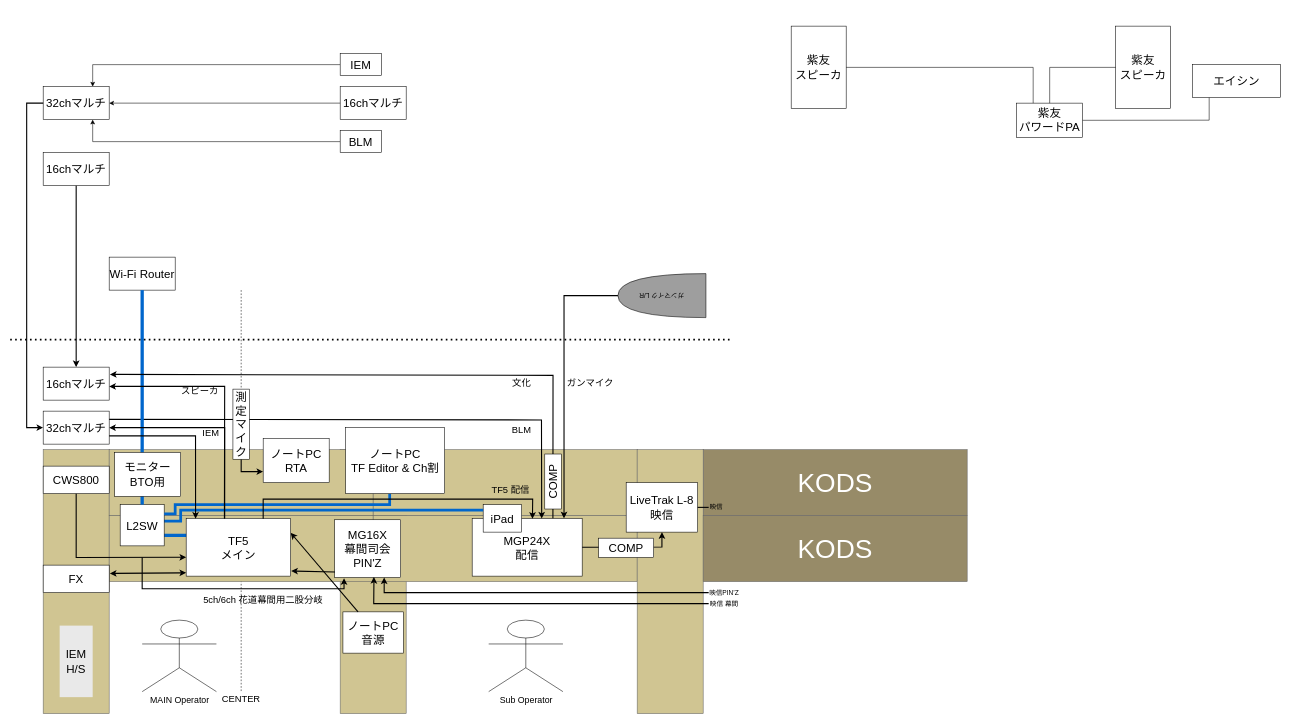
Above: Geinousai.drawio in shuji4649/drawio (draw.io), before the change. Source tidied: cells renumbered, new cells numbered last; positions are measured from the earlier drawing's top-left corner, leaving out a move shared by most shapes. Both pictures are drawn from the tidied source at 55%, with x=0, y=0 at pixel (-56, 26).
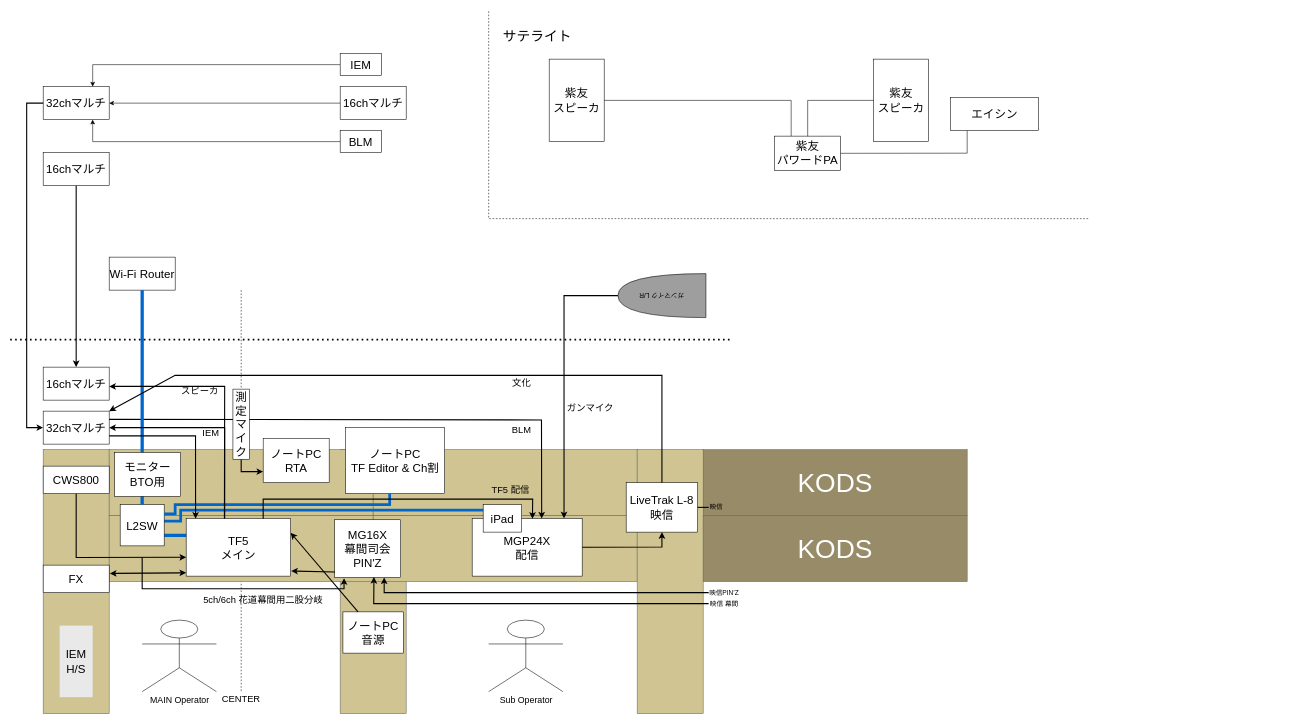
The same page after the edit.

Commit message:
Geinousai.drawio を更新します

The change refers to these unchanged cells:
```xml
<mxCell id="12" value="&lt;span style=&quot;font-size: 21px;&quot;&gt;LiveTrak L-8&lt;/span&gt;&lt;div&gt;&lt;span style=&quot;font-size: 21px;&quot;&gt;映信&lt;/span&gt;&lt;/div&gt;" style="rounded=0;whiteSpace=wrap;html=1;" parent="1" vertex="1">
  <mxGeometry x="1240" y="830" width="130" height="90" as="geometry" />
</mxCell>
<mxCell id="14" value="&lt;span style=&quot;font-size: 21px;&quot;&gt;32chマルチ&lt;/span&gt;" style="rounded=0;whiteSpace=wrap;html=1;" parent="1" vertex="1">
  <mxGeometry x="180" y="700" width="120" height="60" as="geometry" />
</mxCell>
<mxCell id="36" value="&lt;span style=&quot;font-size: 21px;&quot;&gt;16chマルチ&lt;/span&gt;" style="rounded=0;whiteSpace=wrap;html=1;" parent="1" vertex="1">
  <mxGeometry x="180" y="620" width="120" height="60" as="geometry" />
</mxCell>
```

The edit, as a diff of the source:
```diff
@@
-    <mxCell id="41" style="endArrow=none;html=1;rounded=0;exitX=1.011;exitY=0.22;exitDx=0;exitDy=0;entryX=0.714;entryY=-0.002;entryDx=0;entryDy=0;entryPerimeter=0;startArrow=classic;startFill=1;endFill=0;strokeWidth=2;exitPerimeter=0;" parent="1" edge="1" source="36">
+    <mxCell id="41" style="endArrow=none;html=1;rounded=0;exitX=1;exitY=0;exitDx=0;exitDy=0;entryX=0.5;entryY=0;entryDx=0;entryDy=0;startArrow=classic;startFill=1;endFill=0;strokeWidth=2;" parent="1" edge="1" source="14" target="12">
       <mxGeometry relative="1" as="geometry">
-        <mxPoint x="1106.8" y="894.8" as="targetPoint" />
         <Array as="points">
-          <mxPoint x="1107" y="635" />
+          <mxPoint x="420" y="635" />
+          <mxPoint x="1305" y="635" />
         </Array>
       </mxGeometry>
     </mxCell>
@@
     <mxCell id="52" value="ガンマイク" style="text;html=1;align=center;verticalAlign=middle;whiteSpace=wrap;rounded=0;fontSize=17;" parent="1" vertex="1">
-      <mxGeometry x="1125" y="635" width="100" height="30" as="geometry" />
+      <mxGeometry x="1125" y="680" width="100" height="30" as="geometry" />
     </mxCell>
@@
-    <mxCell id="56" value="&lt;span style=&quot;font-size: 21px;&quot;&gt;COMP&lt;/span&gt;" style="rounded=0;whiteSpace=wrap;html=1;" parent="1" vertex="1">
-      <mxGeometry x="1190" y="931" width="100" height="35" as="geometry" />
-    </mxCell>
-    <mxCell id="57" value="&lt;span style=&quot;font-size: 21px;&quot;&gt;COMP&lt;/span&gt;" style="rounded=0;whiteSpace=wrap;html=1;rotation=-90;" parent="1" vertex="1">
-      <mxGeometry x="1057" y="813" width="100" height="30" as="geometry" />
-    </mxCell>
@@
     <mxCell id="77" value="&lt;span style=&quot;font-size: 21px;&quot;&gt;紫友&lt;/span&gt;&lt;div&gt;&lt;span style=&quot;font-size: 21px;&quot;&gt;スピーカ&lt;/span&gt;&lt;/div&gt;" style="rounded=0;whiteSpace=wrap;html=1;" parent="1" vertex="1">
-      <mxGeometry x="1540" width="100" height="150" as="geometry" />
+      <mxGeometry x="1100" y="60" width="100" height="150" as="geometry" />
     </mxCell>
     <mxCell id="78" value="&lt;span style=&quot;font-size: 21px;&quot;&gt;紫友&lt;/span&gt;&lt;div&gt;&lt;span style=&quot;font-size: 21px;&quot;&gt;スピーカ&lt;/span&gt;&lt;/div&gt;" style="rounded=0;whiteSpace=wrap;html=1;" parent="1" vertex="1">
-      <mxGeometry x="2130" width="100" height="150" as="geometry" />
+      <mxGeometry x="1690" y="60" width="100" height="150" as="geometry" />
     </mxCell>
     <mxCell id="79" value="&lt;span style=&quot;font-size: 21px;&quot;&gt;紫友&lt;/span&gt;&lt;div&gt;&lt;span style=&quot;font-size: 21px;&quot;&gt;パワードPA&lt;/span&gt;&lt;/div&gt;" style="rounded=0;whiteSpace=wrap;html=1;" parent="1" vertex="1">
-      <mxGeometry x="1950" y="140" width="120" height="62.5" as="geometry" />
+      <mxGeometry x="1510" y="200" width="120" height="62.5" as="geometry" />
     </mxCell>
     <mxCell id="80" style="endArrow=none;html=1;rounded=0;exitX=1;exitY=0.5;exitDx=0;exitDy=0;entryX=0.25;entryY=0;entryDx=0;entryDy=0;" parent="1" edge="1" source="77" target="79">
       <mxGeometry relative="1" as="geometry">
         <Array as="points">
-          <mxPoint x="1980" y="75" />
+          <mxPoint x="1540" y="135" />
         </Array>
       </mxGeometry>
     </mxCell>
     <mxCell id="81" style="endArrow=none;html=1;rounded=0;exitX=0;exitY=0.5;exitDx=0;exitDy=0;entryX=0.5;entryY=0;entryDx=0;entryDy=0;" parent="1" edge="1" source="78" target="79">
       <mxGeometry relative="1" as="geometry">
         <Array as="points">
-          <mxPoint x="2010" y="75" />
+          <mxPoint x="1570" y="135" />
         </Array>
       </mxGeometry>
     </mxCell>
     <mxCell id="82" style="endArrow=none;html=1;rounded=0;entryX=1;entryY=0.5;entryDx=0;entryDy=0;" parent="1" edge="1" target="79">
       <mxGeometry relative="1" as="geometry">
-        <mxPoint x="2300" y="120" as="sourcePoint" />
+        <mxPoint x="1860" y="180" as="sourcePoint" />
         <Array as="points">
-          <mxPoint x="2300" y="171" />
+          <mxPoint x="1860" y="231" />
         </Array>
       </mxGeometry>
     </mxCell>
     <mxCell id="83" value="&lt;span style=&quot;font-size: 21px;&quot;&gt;エイシン&lt;/span&gt;" style="rounded=0;whiteSpace=wrap;html=1;" parent="1" vertex="1">
-      <mxGeometry x="2270" y="70" width="160" height="60" as="geometry" />
+      <mxGeometry x="1830" y="130" width="160" height="60" as="geometry" />
     </mxCell>
+    <mxCell id="84" style="endArrow=none;dashed=1;html=1;rounded=0;" parent="1" edge="1">
+      <mxGeometry relative="1" as="geometry">
+        <mxPoint x="2080" y="350" as="sourcePoint" />
+        <mxPoint x="990" y="-30" as="targetPoint" />
+        <Array as="points">
+          <mxPoint x="990" y="350" />
+        </Array>
+      </mxGeometry>
+    </mxCell>
+    <mxCell id="85" value="&lt;font style=&quot;font-size: 25px;&quot;&gt;サテライト&lt;/font&gt;" style="text;strokeColor=none;fillColor=none;align=left;verticalAlign=middle;spacingLeft=4;spacingRight=4;overflow=hidden;whiteSpace=wrap;html=1;" parent="1" vertex="1">
+      <mxGeometry x="1010" width="150" height="30" as="geometry" />
+    </mxCell>
```
